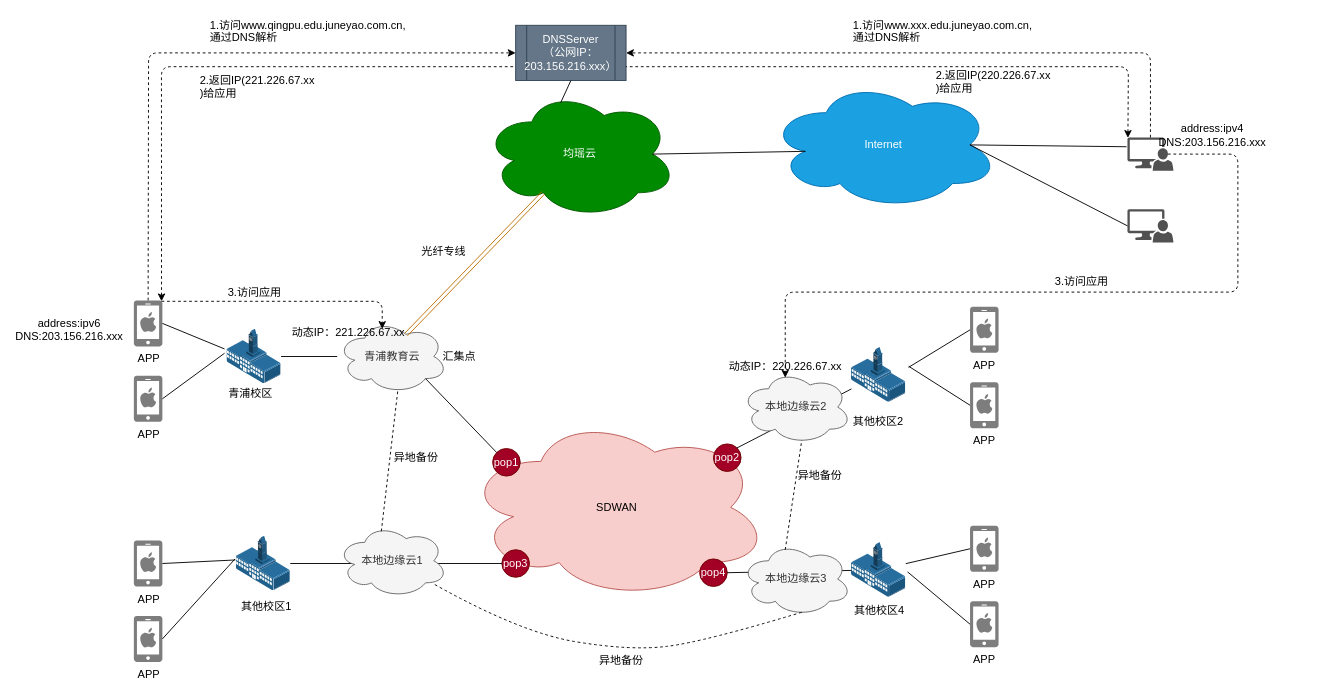
The draw.io diagram 教育-DNS解析.drawio in klonhj2015/education-cloud, before the edit. Source tidied: cells renumbered, new cells numbered last; positions are measured from the earlier drawing's top-left corner, leaving out a move shared by most shapes. Both pictures are drawn from the tidied source at 92%, with x=0, y=0 at pixel (51, 16).
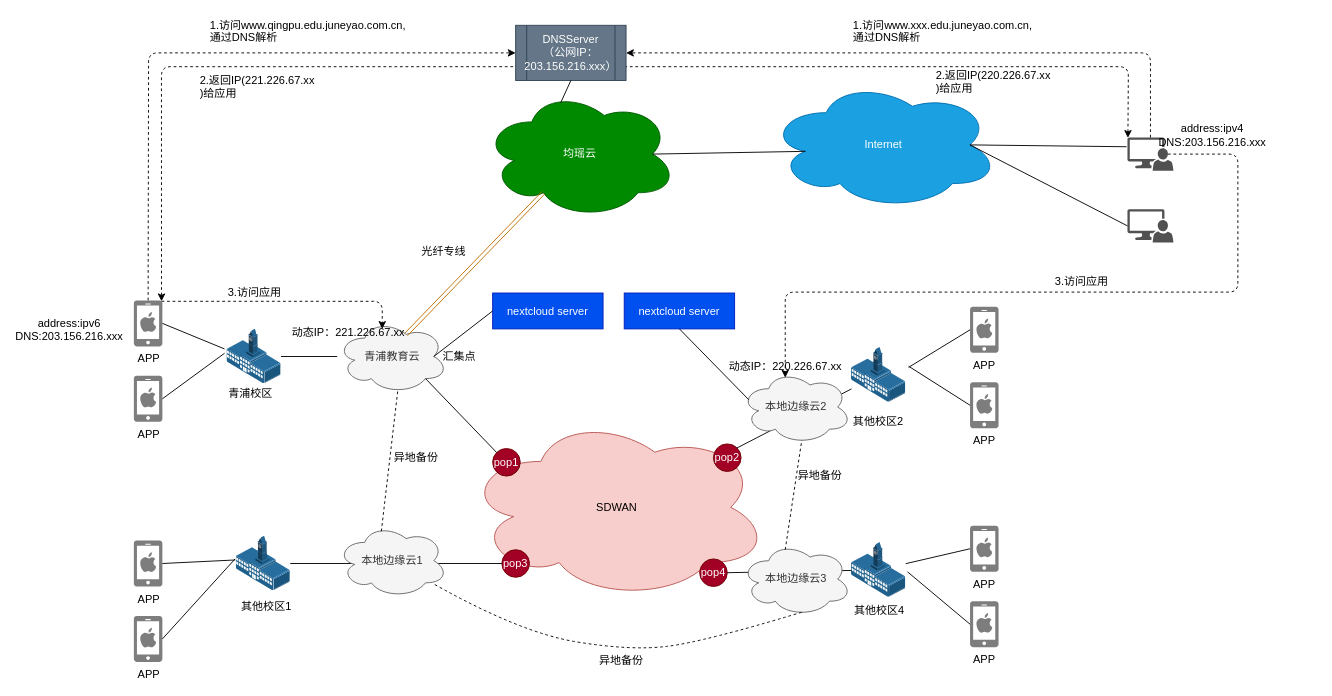
The same diagram, later.

Unchanged cells that the change refers to:
```xml
<mxCell id="3" value="青浦教育云" style="ellipse;shape=cloud;whiteSpace=wrap;html=1;fillColor=#f5f5f5;strokeColor=#666666;fontColor=#333333;" parent="1" vertex="1">
  <mxGeometry x="311" y="330" width="120" height="80" as="geometry" />
</mxCell>
<mxCell id="31" value="本地边缘云2" style="ellipse;shape=cloud;whiteSpace=wrap;html=1;fillColor=#f5f5f5;strokeColor=#666666;fontColor=#333333;" parent="1" vertex="1">
  <mxGeometry x="750" y="385" width="120" height="80" as="geometry" />
</mxCell>
```

Diff of the diagram source:
```diff
@@
+    <mxCell id="73" value="nextcloud server" style="rounded=0;whiteSpace=wrap;html=1;fillColor=#0050ef;strokeColor=#001DBC;fontColor=#ffffff;" parent="1" vertex="1">
+      <mxGeometry x="480" y="301" width="120" height="39" as="geometry" />
+    </mxCell>
+    <mxCell id="74" style="endArrow=none;html=1;entryX=0;entryY=0.5;entryDx=0;entryDy=0;exitX=0.875;exitY=0.5;exitDx=0;exitDy=0;exitPerimeter=0;" parent="1" edge="1" source="3" target="73">
+      <mxGeometry relative="1" as="geometry" />
+    </mxCell>
+    <mxCell id="75" value="nextcloud server" style="rounded=0;whiteSpace=wrap;html=1;fillColor=#0050ef;strokeColor=#001DBC;fontColor=#ffffff;" parent="1" vertex="1">
+      <mxGeometry x="623" y="301" width="120" height="39" as="geometry" />
+    </mxCell>
+    <mxCell id="76" style="endArrow=none;html=1;entryX=0.5;entryY=1;entryDx=0;entryDy=0;exitX=0.07;exitY=0.4;exitDx=0;exitDy=0;exitPerimeter=0;" parent="1" edge="1" source="31" target="75">
+      <mxGeometry relative="1" as="geometry" />
+    </mxCell>
```
